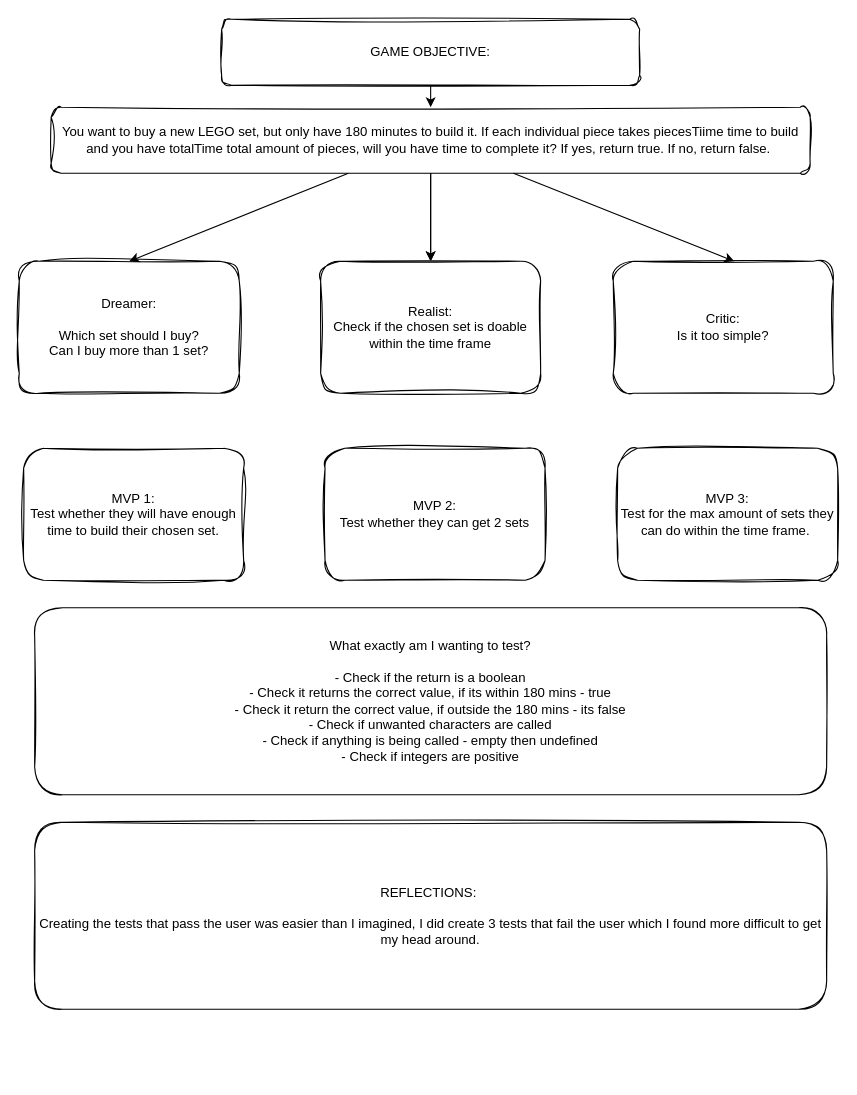
SchoolOfCode/bc16-w6-hackathon-make-a-codewars-challenge-CourtRaee keeps this draw.io diagram as plan.drawio. Above is the earlier version. Source tidied: cells renumbered, new cells numbered last; positions are measured from the earlier drawing's top-left corner, leaving out a move shared by most shapes. Both pictures are drawn from the tidied source at 110%, with x=0, y=0 at pixel (19, 19).
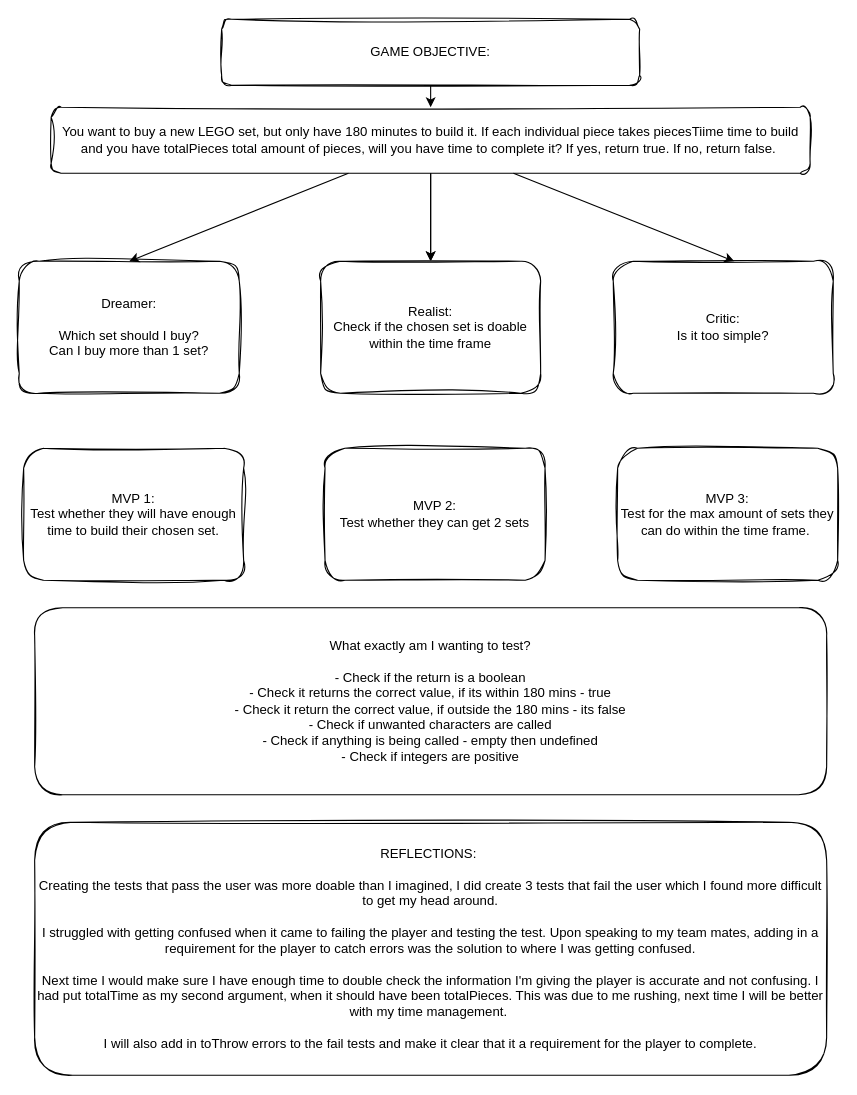
After the change.

Change to the diagram source:
```diff
@@
 <mxGraphModel>
   <root>
     <mxCell id="0" />
     <mxCell id="1" parent="0" />
     <mxCell id="2" style="edgeStyle=none;html=1;" parent="1" edge="1" source="3" target="8">
       <mxGeometry relative="1" as="geometry" />
     </mxCell>
     <mxCell id="3" value="GAME OBJECTIVE:&lt;br&gt;" style="rounded=1;whiteSpace=wrap;html=1;sketch=1;curveFitting=1;jiggle=2;" parent="1" vertex="1">
       <mxGeometry x="184" width="380" height="60" as="geometry" />
     </mxCell>
     <mxCell id="4" style="edgeStyle=none;html=1;entryX=0.5;entryY=0;entryDx=0;entryDy=0;" parent="1" edge="1" source="8" target="9">
       <mxGeometry relative="1" as="geometry" />
     </mxCell>
     <mxCell id="5" style="edgeStyle=none;html=1;" parent="1" edge="1" source="8" target="10">
       <mxGeometry relative="1" as="geometry" />
     </mxCell>
     <mxCell id="6" style="edgeStyle=none;html=1;" parent="1" edge="1" source="8" target="10">
       <mxGeometry relative="1" as="geometry" />
     </mxCell>
     <mxCell id="7" style="edgeStyle=none;html=1;entryX=0.55;entryY=0;entryDx=0;entryDy=0;entryPerimeter=0;" parent="1" edge="1" source="8" target="11">
       <mxGeometry relative="1" as="geometry" />
     </mxCell>
-    <mxCell id="8" value="You want to buy a new LEGO set, but only have 180 minutes to build it. If each individual piece takes piecesTiime time to build and you have totalTime total amount of pieces, will you have time to complete it? If yes, return true. If no, return false.&amp;nbsp;" style="whiteSpace=wrap;html=1;rounded=1;sketch=1;curveFitting=1;jiggle=2;" parent="1" vertex="1">
+    <mxCell id="8" value="You want to buy a new LEGO set, but only have 180 minutes to build it. If each individual piece takes piecesTiime time to build and you have totalPieces total amount of pieces, will you have time to complete it? If yes, return true. If no, return false.&amp;nbsp;" style="whiteSpace=wrap;html=1;rounded=1;sketch=1;curveFitting=1;jiggle=2;" parent="1" vertex="1">
       <mxGeometry x="29" y="80" width="690" height="60" as="geometry" />
     </mxCell>
     <mxCell id="9" value="Dreamer:&lt;br&gt;&lt;br&gt;Which set should I buy?&lt;br&gt;Can I buy more than 1 set?" style="whiteSpace=wrap;html=1;rounded=1;sketch=1;curveFitting=1;jiggle=2;" parent="1" vertex="1">
       <mxGeometry y="220" width="200" height="120" as="geometry" />
     </mxCell>
     <mxCell id="10" value="Realist:&lt;br&gt;Check if the chosen set is doable within the time frame" style="whiteSpace=wrap;html=1;rounded=1;sketch=1;curveFitting=1;jiggle=2;" parent="1" vertex="1">
       <mxGeometry x="274" y="220" width="200" height="120" as="geometry" />
     </mxCell>
     <mxCell id="11" value="Critic:&lt;br&gt;Is it too simple?" style="whiteSpace=wrap;html=1;rounded=1;sketch=1;curveFitting=1;jiggle=2;" parent="1" vertex="1">
       <mxGeometry x="540" y="220" width="200" height="120" as="geometry" />
     </mxCell>
     <mxCell id="12" value="MVP 1:&lt;br&gt;Test whether they will have enough time to build their chosen set." style="whiteSpace=wrap;html=1;rounded=1;sketch=1;curveFitting=1;jiggle=2;" parent="1" vertex="1">
       <mxGeometry x="4" y="390" width="200" height="120" as="geometry" />
     </mxCell>
     <mxCell id="13" value="MVP 2:&lt;br&gt;Test whether they can get 2 sets" style="whiteSpace=wrap;html=1;rounded=1;sketch=1;curveFitting=1;jiggle=2;" parent="1" vertex="1">
       <mxGeometry x="278" y="390" width="200" height="120" as="geometry" />
     </mxCell>
     <mxCell id="14" value="MVP 3:&lt;br&gt;Test for the max amount of sets they can do within the time frame.&amp;nbsp;" style="whiteSpace=wrap;html=1;rounded=1;sketch=1;curveFitting=1;jiggle=2;" parent="1" vertex="1">
       <mxGeometry x="544" y="390" width="200" height="120" as="geometry" />
     </mxCell>
-    <mxCell id="15" value="REFLECTIONS:&amp;nbsp;&lt;br&gt;&lt;br&gt;Creating the tests that pass the user was easier than I imagined, I did create 3 tests that fail the user which I found more difficult to get my head around." style="rounded=1;whiteSpace=wrap;html=1;sketch=1;" parent="1" vertex="1">
-      <mxGeometry x="14" y="730" width="720" height="170" as="geometry" />
+    <mxCell id="15" value="REFLECTIONS:&amp;nbsp;&lt;br&gt;&lt;br&gt;Creating the tests that pass the user was more doable than I imagined, I did create 3 tests that fail the user which I found more difficult to get my head around.&lt;br&gt;&lt;br&gt;I struggled with getting confused when it came to failing the player and testing the test. Upon speaking to my team mates, adding in a requirement for the player to catch errors was the solution to where I was getting confused.&lt;br&gt;&lt;br&gt;Next time I would make sure I have enough time to double check the information I'm giving the player is accurate and not confusing. I had put totalTime as my second argument, when it should have been totalPieces. This was due to me rushing, next time I will be better with my time management.&amp;nbsp;&lt;br&gt;&lt;br&gt;I will also add in toThrow errors to the fail tests and make it clear that it a requirement for the player to complete." style="rounded=1;whiteSpace=wrap;html=1;sketch=1;" parent="1" vertex="1">
+      <mxGeometry x="14" y="730" width="720" height="230" as="geometry" />
     </mxCell>
     <mxCell id="16" value="What exactly am I wanting to test?&lt;br&gt;&lt;br&gt;- Check if the return is a boolean&lt;br&gt;- Check it returns the correct value, if its within 180 mins - true&lt;br&gt;- Check it return the correct value, if outside the 180 mins - its false&lt;br&gt;- Check if unwanted characters are called&lt;br&gt;- Check if anything is being called - empty then undefined&lt;br&gt;- Check if integers are positive" style="rounded=1;whiteSpace=wrap;html=1;sketch=1;" parent="1" vertex="1">
       <mxGeometry x="14" y="535" width="720" height="170" as="geometry" />
     </mxCell>
   </root>
 </mxGraphModel>
```
